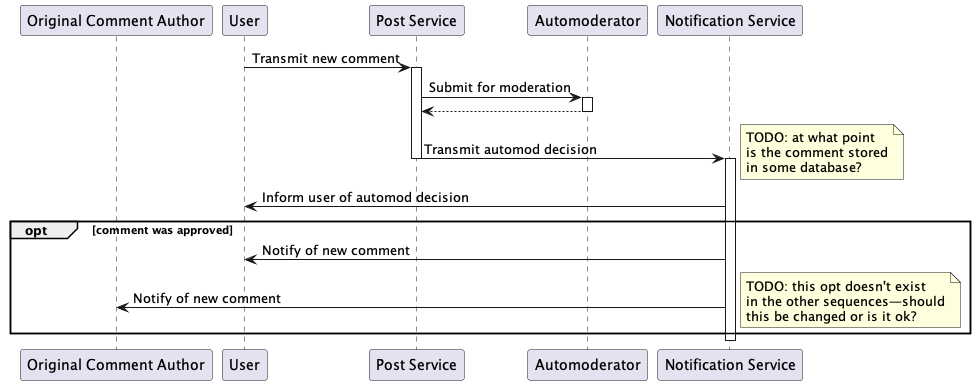
Above: usecases/Posting/diagrams/sequence_diagrams/commentreply.png in MatthewM46/Blog-Website (PlantUML), before the change. Its diagram source:
```plantuml
@startuml

participant "Original Comment Author" as originAuth
participant "User" as user
participant "Post Service" as postserv
participant "Automoderator" as automod
participant "Notification Service" as notserv

user -> postserv: Transmit new comment
activate postserv

postserv -> automod: Submit for moderation
activate automod
automod --> postserv
deactivate automod

postserv -> notserv: Transmit automod decision

deactivate postserv
activate notserv

note right
	TODO: at what point
	is the comment stored
	in some database?
end note

notserv -> user: Inform user of automod decision

opt comment was approved

notserv -> user: Notify of new comment
notserv -> originAuth: Notify of new comment

note right
	TODO: this opt doesn't exist
	in the other sequences—should
	this be changed or is it ok?
end note

end

deactivate notserv

@enduml
```
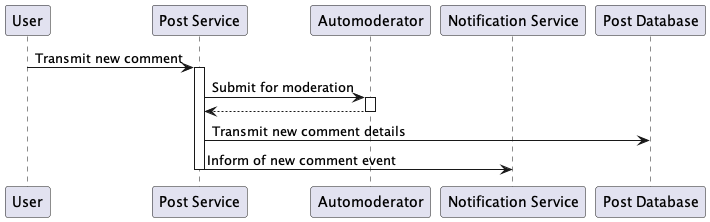
Above is the later version.

Commit message:
Update sequence diagram for "Reply to Comment" usecase

In relation to issue #25

Change to the diagram source:
```diff
@@ -1,10 +1,10 @@
 @startuml
 
-participant "Original Comment Author" as originAuth
 participant "User" as user
 participant "Post Service" as postserv
 participant "Automoderator" as automod
 participant "Notification Service" as notserv
+participant "Post Database" as postdb
 
 user -> postserv: Transmit new comment
 activate postserv
@@ -14,32 +14,9 @@
 automod --> postserv
 deactivate automod
 
-postserv -> notserv: Transmit automod decision
+postserv -> postdb: Transmit new comment details
+postserv -> notserv: Inform of new comment event
 
 deactivate postserv
-activate notserv
-
-note right
-	TODO: at what point
-	is the comment stored
-	in some database?
-end note
-
-notserv -> user: Inform user of automod decision
-
-opt comment was approved
-
-notserv -> user: Notify of new comment
-notserv -> originAuth: Notify of new comment
-
-note right
-	TODO: this opt doesn't exist
-	in the other sequences—should
-	this be changed or is it ok?
-end note
-
-end
-
-deactivate notserv
 
 @enduml
```
